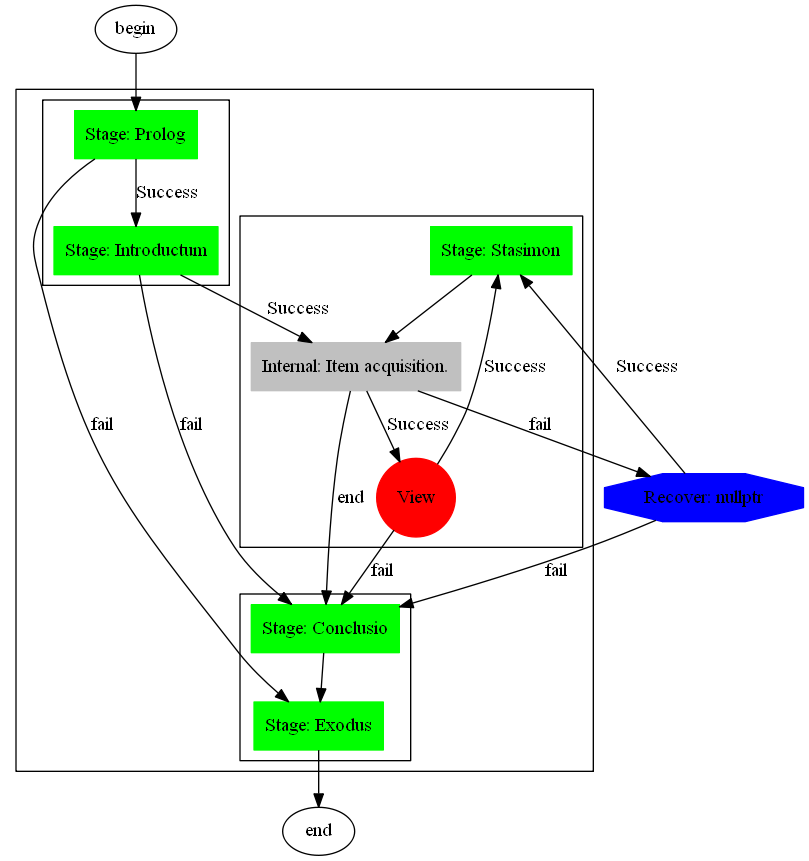
This is doc/gv/serialization_structure.png from dmilos/reflection, a Graphviz export, as it was before one commit. Its source is kept beside it as doc/gv/serialization_structure.gv.
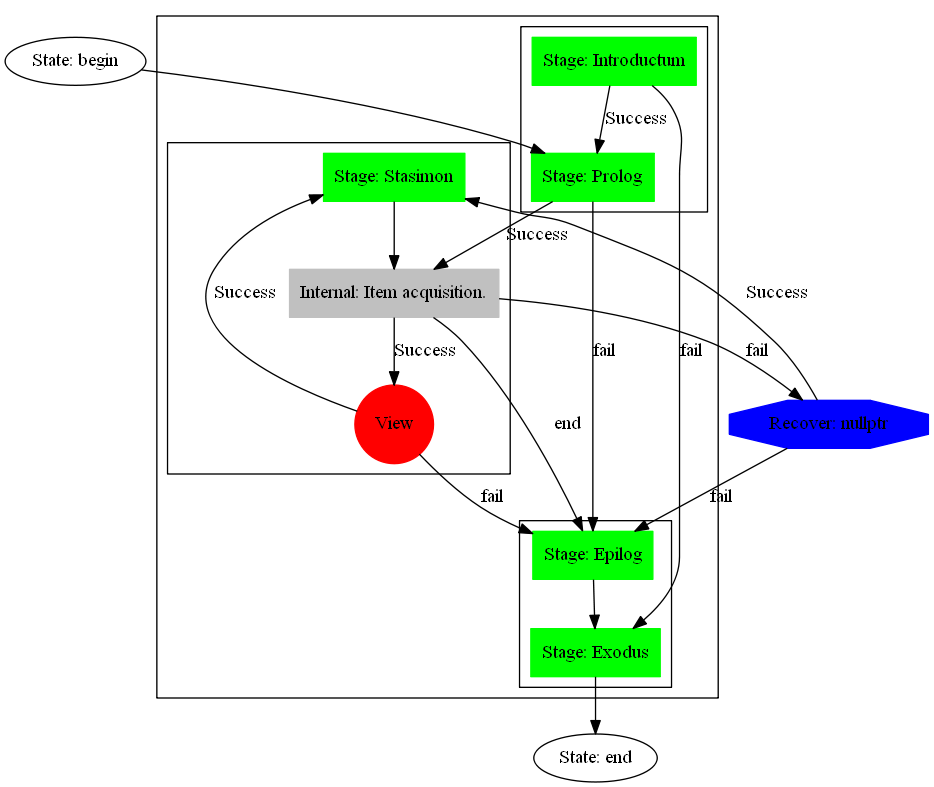
After the change.

The edit, as a diff of the source:
```diff
@@ -3,9 +3,9 @@
     begin[ label="State: begin"];
     end[ label="State: end"];
 
+    introductum    [shape = box,    style=filled, color=green, label="Stage: Introductum" ];
     prolog         [shape = box,    style=filled, color=green, label="Stage: Prolog"      ];
-    introductum    [shape = box,    style=filled, color=green, label="Stage: Introductum" ];
-    conclusio      [shape = box,    style=filled, color=green, label="Stage: Conclusio"];
+    epilog         [shape = box,    style=filled, color=green, label="Stage: Epilog"];
     exodus         [shape = box,    style=filled, color=green, label="Stage: Exodus"];
 
     stasimon       [shape = box,    style=filled, color=green, label="Stage: Stasimon"];
@@ -17,25 +17,25 @@
 
 
     begin->prolog[ label = "" , dir=forward ];
-    prolog  -> introductum [ label = "Success" , dir=forward, weight="1000" ];
-    prolog  -> exodus      [ label = "fail" , dir=forward ];
+    introductum -> prolog [ label = "Success" , dir=forward, weight="1000" ];
+    introductum  -> exodus      [ label = "fail" , dir=forward ];
 
-    introductum -> acquisition[ label = "Success", dir=forward, weight="2000"  ];
-    introductum -> conclusio[ label = "fail", dir=forward  ];
+    prolog -> acquisition[ label = "Success", dir=forward, weight="2000"  ];
+    prolog -> epilog[ label = "fail", dir=forward  ];
 
     acquisition ->fail_null  [ label = "fail", dir=forward  ];
     acquisition ->WIEW[ label = "Success", dir=forward  ];
-    acquisition ->conclusio[ label = "end", dir=forward  ];
+    acquisition ->epilog[ label = "end", dir=forward  ];
 
-    WIEW  -> conclusio  [ label = "fail", dir=forward  ];
+    WIEW  -> epilog  [ label = "fail", dir=forward  ];
     WIEW  -> stasimon  [ label = "Success", dir=forward  ];
 
     stasimon  -> acquisition  [ label = "", dir=forward  ];
 
-    conclusio -> exodus[ label = "", dir=forward  ];
+    epilog -> exodus[ label = "", dir=forward  ];
 
     fail_null-> stasimon[ label = "Success", dir=forward  ];
-    fail_null-> conclusio[ label = "fail", dir=forward  ];
+    fail_null-> epilog[ label = "fail", dir=forward  ];
 
     exodus->end[ label = "" , dir=forward ];
 
@@ -56,15 +56,15 @@
     {
         rankdir=TB
         rank=source
-        node [ ] prolog
-        node [ ] introductum
+        node [ ] epilog
+        node [ ] exodus
     }
     subgraph cluster_end
     {
         rankdir=TB
         rank=source
-        node [ ] conclusio
-        node [ ] exodus
+        node [ ] introductum
+        node [ ] prolog
     }
 
     }
```
